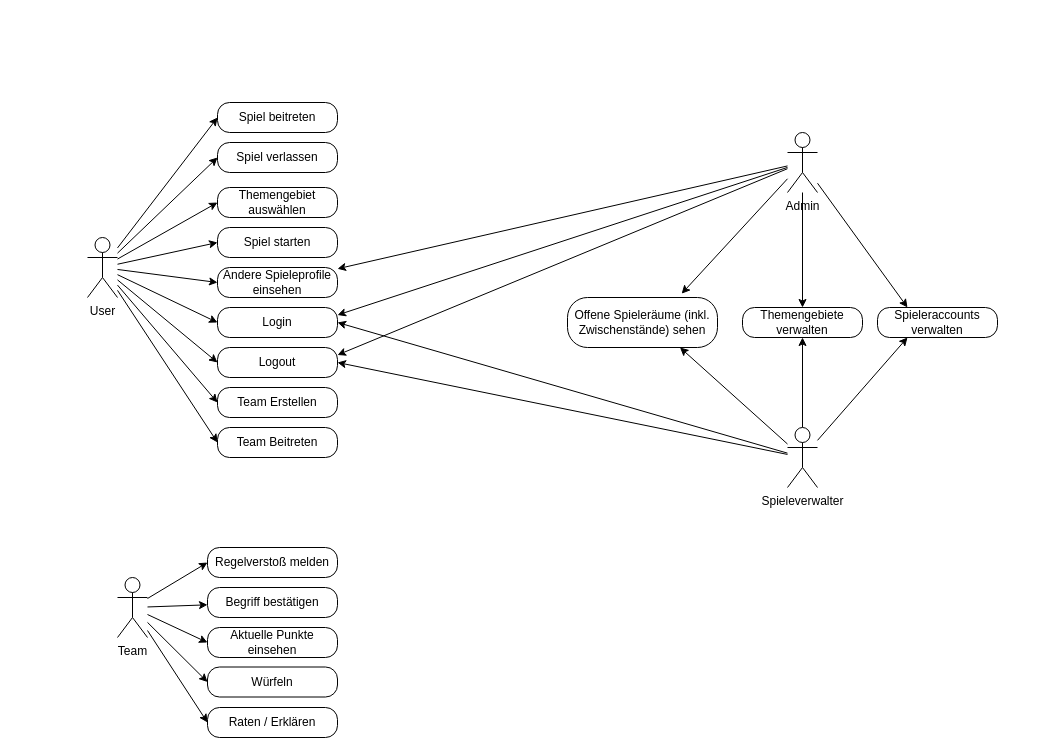
Above: documentation/UseCase.drawio in BeyerMart/softwareEngineeringClass-timeGuessGame (draw.io), before the change. Source tidied: cells renumbered, new cells numbered last; positions are measured from the earlier drawing's top-left corner, leaving out a move shared by most shapes. Both pictures are drawn from the tidied source at 100%, with x=0, y=0 at pixel (87, 102).
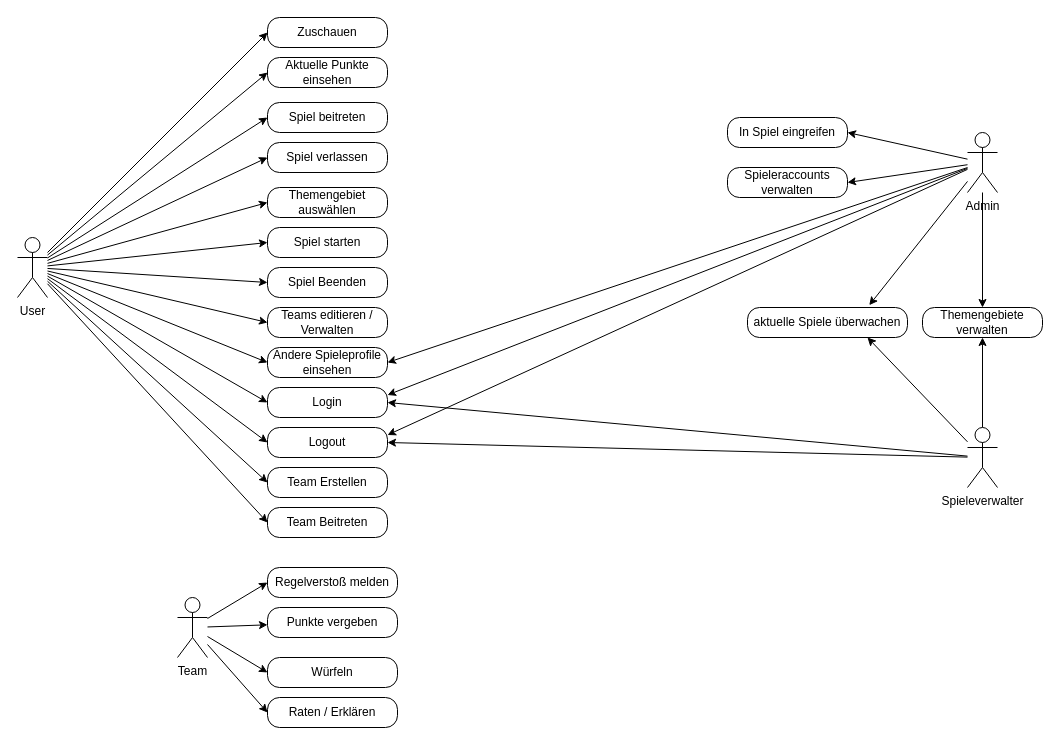
The same page after the edit.

Commit message (it also covers changes not shown here):
Update UseCase colouring

The edit, as a diff of the source:
```diff
@@
+    <mxCell id="48" style="edgeStyle=none;rounded=0;jettySize=auto;html=1;entryX=0;entryY=0.5;entryDx=0;entryDy=0;" parent="1" edge="1" source="11" target="53">
+      <mxGeometry relative="1" as="geometry" />
+    </mxCell>
+    <mxCell id="49" style="edgeStyle=none;rounded=0;jettySize=auto;html=1;entryX=0;entryY=0.5;entryDx=0;entryDy=0;" parent="1" edge="1" source="11" target="54">
+      <mxGeometry relative="1" as="geometry" />
+    </mxCell>
+    <mxCell id="50" style="edgeStyle=none;rounded=0;jettySize=auto;html=1;entryX=0;entryY=0.5;entryDx=0;entryDy=0;" parent="1" edge="1" source="11" target="36">
+      <mxGeometry relative="1" as="geometry" />
+    </mxCell>
+    <mxCell id="51" style="edgeStyle=none;rounded=0;jettySize=auto;html=1;entryX=0;entryY=0.5;entryDx=0;entryDy=0;" parent="1" edge="1" source="11" target="56">
+      <mxGeometry relative="1" as="geometry" />
+    </mxCell>
     <mxCell id="11" value="User" style="shape=umlActor;verticalLabelPosition=bottom;verticalAlign=top;html=1;outlineConnect=0;" parent="1" vertex="1">
-      <mxGeometry y="135" width="30" height="60" as="geometry" />
+      <mxGeometry x="-70" y="135" width="30" height="60" as="geometry" />
     </mxCell>
@@
-    <mxCell id="14" style="edgeStyle=none;rounded=0;jettySize=auto;html=1;entryX=0;entryY=0.5;entryDx=0;entryDy=0;" parent="1" edge="1" source="17" target="36">
-      <mxGeometry relative="1" as="geometry" />
-    </mxCell>
@@
     <mxCell id="17" value="Team" style="shape=umlActor;verticalLabelPosition=bottom;verticalAlign=top;html=1;outlineConnect=0;" parent="1" vertex="1">
-      <mxGeometry x="30" y="475" width="30" height="60" as="geometry" />
+      <mxGeometry x="90" y="495" width="30" height="60" as="geometry" />
     </mxCell>
     <mxCell id="18" value="Login" style="rounded=1;whiteSpace=wrap;html=1;arcSize=40;" parent="1" vertex="1">
-      <mxGeometry x="130" y="205" width="120" height="30" as="geometry" />
+      <mxGeometry x="180" y="285" width="120" height="30" as="geometry" />
     </mxCell>
     <mxCell id="19" value="Logout" style="rounded=1;whiteSpace=wrap;html=1;arcSize=40;" parent="1" vertex="1">
-      <mxGeometry x="130" y="245" width="120" height="30" as="geometry" />
+      <mxGeometry x="180" y="325" width="120" height="30" as="geometry" />
     </mxCell>
     <mxCell id="20" value="Spiel beitreten" style="rounded=1;whiteSpace=wrap;html=1;arcSize=40;" parent="1" vertex="1">
-      <mxGeometry x="130" width="120" height="30" as="geometry" />
+      <mxGeometry x="180" width="120" height="30" as="geometry" />
     </mxCell>
     <mxCell id="21" value="Spiel verlassen" style="rounded=1;whiteSpace=wrap;html=1;arcSize=40;" parent="1" vertex="1">
-      <mxGeometry x="130" y="40" width="120" height="30" as="geometry" />
+      <mxGeometry x="180" y="40" width="120" height="30" as="geometry" />
     </mxCell>
     <mxCell id="22" value="Würfeln" style="rounded=1;whiteSpace=wrap;html=1;arcSize=40;" parent="1" vertex="1">
-      <mxGeometry x="120" y="564.5" width="130" height="30" as="geometry" />
+      <mxGeometry x="180" y="555" width="130" height="30" as="geometry" />
     </mxCell>
     <mxCell id="23" value="Regelverstoß melden" style="rounded=1;whiteSpace=wrap;html=1;arcSize=40;" parent="1" vertex="1">
-      <mxGeometry x="120" y="445" width="130" height="30" as="geometry" />
+      <mxGeometry x="180" y="465" width="130" height="30" as="geometry" />
     </mxCell>
-    <mxCell id="24" value="Begriff bestätigen" style="rounded=1;whiteSpace=wrap;html=1;arcSize=40;" parent="1" vertex="1">
-      <mxGeometry x="120" y="485" width="130" height="30" as="geometry" />
+    <mxCell id="24" value="Punkte vergeben" style="rounded=1;whiteSpace=wrap;html=1;arcSize=40;" parent="1" vertex="1">
+      <mxGeometry x="180" y="505" width="130" height="30" as="geometry" />
     </mxCell>
-    <mxCell id="25" style="rounded=0;jettySize=auto;html=1;" parent="1" edge="1" source="31" target="37">
+    <mxCell id="25" style="rounded=0;jettySize=auto;html=1;entryX=1;entryY=0.5;entryDx=0;entryDy=0;" parent="1" edge="1" source="31" target="37">
       <mxGeometry relative="1" as="geometry" />
     </mxCell>
@@
-    <mxCell id="27" style="edgeStyle=none;rounded=0;jettySize=auto;html=1;entryX=0.25;entryY=0;entryDx=0;entryDy=0;" parent="1" edge="1" source="31" target="35">
+    <mxCell id="27" style="edgeStyle=none;rounded=0;jettySize=auto;html=1;entryX=1;entryY=0.5;entryDx=0;entryDy=0;" parent="1" edge="1" source="31" target="35">
       <mxGeometry relative="1" as="geometry" />
     </mxCell>
@@
+    <mxCell id="52" style="edgeStyle=none;rounded=0;jettySize=auto;html=1;entryX=1;entryY=0.5;entryDx=0;entryDy=0;" parent="1" edge="1" source="31" target="55">
+      <mxGeometry relative="1" as="geometry" />
+    </mxCell>
     <mxCell id="31" value="Admin" style="shape=umlActor;verticalLabelPosition=bottom;verticalAlign=top;html=1;outlineConnect=0;" parent="1" vertex="1">
-      <mxGeometry x="700" y="30" width="30" height="60" as="geometry" />
+      <mxGeometry x="880" y="30" width="30" height="60" as="geometry" />
     </mxCell>
     <mxCell id="32" value="Themengebiet auswählen" style="rounded=1;whiteSpace=wrap;html=1;arcSize=40;" parent="1" vertex="1">
-      <mxGeometry x="130" y="85" width="120" height="30" as="geometry" />
+      <mxGeometry x="180" y="85" width="120" height="30" as="geometry" />
     </mxCell>
     <mxCell id="33" value="Spiel starten" style="rounded=1;whiteSpace=wrap;html=1;arcSize=40;" parent="1" vertex="1">
-      <mxGeometry x="130" y="125" width="120" height="30" as="geometry" />
+      <mxGeometry x="180" y="125" width="120" height="30" as="geometry" />
     </mxCell>
     <mxCell id="34" value="Themengebiete verwalten" style="rounded=1;whiteSpace=wrap;html=1;arcSize=40;" parent="1" vertex="1">
-      <mxGeometry x="655" y="205" width="120" height="30" as="geometry" />
+      <mxGeometry x="835" y="205" width="120" height="30" as="geometry" />
     </mxCell>
     <mxCell id="35" value="Spieleraccounts verwalten" style="rounded=1;whiteSpace=wrap;html=1;arcSize=40;" parent="1" vertex="1">
-      <mxGeometry x="790" y="205" width="120" height="30" as="geometry" />
+      <mxGeometry x="640" y="65" width="120" height="30" as="geometry" />
     </mxCell>
-    <mxCell id="36" value="Aktuelle Punkte einsehen" style="rounded=1;whiteSpace=wrap;html=1;arcSize=40;" parent="1" vertex="1">
-      <mxGeometry x="120" y="525" width="130" height="30" as="geometry" />
-    </mxCell>
     <mxCell id="37" value="Andere Spieleprofile einsehen" style="rounded=1;whiteSpace=wrap;html=1;arcSize=40;" parent="1" vertex="1">
-      <mxGeometry x="130" y="165" width="120" height="30" as="geometry" />
+      <mxGeometry x="180" y="245" width="120" height="30" as="geometry" />
     </mxCell>
     <mxCell id="38" value="Raten / Erklären" style="rounded=1;whiteSpace=wrap;html=1;arcSize=40;" parent="1" vertex="1">
-      <mxGeometry x="120" y="605" width="130" height="30" as="geometry" />
+      <mxGeometry x="180" y="595" width="130" height="30" as="geometry" />
     </mxCell>
@@
-    <mxCell id="40" style="edgeStyle=none;rounded=0;jettySize=auto;html=1;entryX=0.25;entryY=1;entryDx=0;entryDy=0;" parent="1" edge="1" source="44" target="35">
-      <mxGeometry relative="1" as="geometry" />
-    </mxCell>
@@
     <mxCell id="44" value="Spieleverwalter" style="shape=umlActor;verticalLabelPosition=bottom;verticalAlign=top;html=1;outlineConnect=0;" parent="1" vertex="1">
-      <mxGeometry x="700" y="325" width="30" height="60" as="geometry" />
+      <mxGeometry x="880" y="325" width="30" height="60" as="geometry" />
     </mxCell>
     <mxCell id="45" value="Team Erstellen" style="rounded=1;whiteSpace=wrap;html=1;arcSize=40;" parent="1" vertex="1">
-      <mxGeometry x="130" y="285" width="120" height="30" as="geometry" />
+      <mxGeometry x="180" y="365" width="120" height="30" as="geometry" />
     </mxCell>
     <mxCell id="46" value="Team Beitreten" style="rounded=1;whiteSpace=wrap;html=1;arcSize=40;" parent="1" vertex="1">
-      <mxGeometry x="130" y="325" width="120" height="30" as="geometry" />
+      <mxGeometry x="180" y="405" width="120" height="30" as="geometry" />
     </mxCell>
-    <mxCell id="47" value="Offene Spieleräume (inkl. Zwischenstände) sehen" style="rounded=1;whiteSpace=wrap;html=1;arcSize=40;" parent="1" vertex="1">
-      <mxGeometry x="480" y="195" width="150" height="50" as="geometry" />
+    <mxCell id="47" value="aktuelle Spiele überwachen" style="rounded=1;whiteSpace=wrap;html=1;arcSize=40;" parent="1" vertex="1">
+      <mxGeometry x="660" y="205" width="160" height="30" as="geometry" />
     </mxCell>
+    <mxCell id="53" value="Spiel Beenden" style="rounded=1;whiteSpace=wrap;html=1;arcSize=40;" parent="1" vertex="1">
+      <mxGeometry x="180" y="165" width="120" height="30" as="geometry" />
+    </mxCell>
+    <mxCell id="54" value="Teams editieren / Verwalten" style="rounded=1;whiteSpace=wrap;html=1;arcSize=40;" parent="1" vertex="1">
+      <mxGeometry x="180" y="205" width="120" height="30" as="geometry" />
+    </mxCell>
+    <mxCell id="55" value="In Spiel eingreifen" style="rounded=1;whiteSpace=wrap;html=1;arcSize=40;" parent="1" vertex="1">
+      <mxGeometry x="640" y="15" width="120" height="30" as="geometry" />
+    </mxCell>
+    <mxCell id="36" value="Aktuelle Punkte einsehen" style="rounded=1;whiteSpace=wrap;html=1;arcSize=40;" parent="1" vertex="1">
+      <mxGeometry x="180" y="-45" width="120" height="30" as="geometry" />
+    </mxCell>
+    <mxCell id="56" value="Zuschauen" style="rounded=1;whiteSpace=wrap;html=1;arcSize=40;" parent="1" vertex="1">
+      <mxGeometry x="180" y="-85" width="120" height="30" as="geometry" />
+    </mxCell>
```
